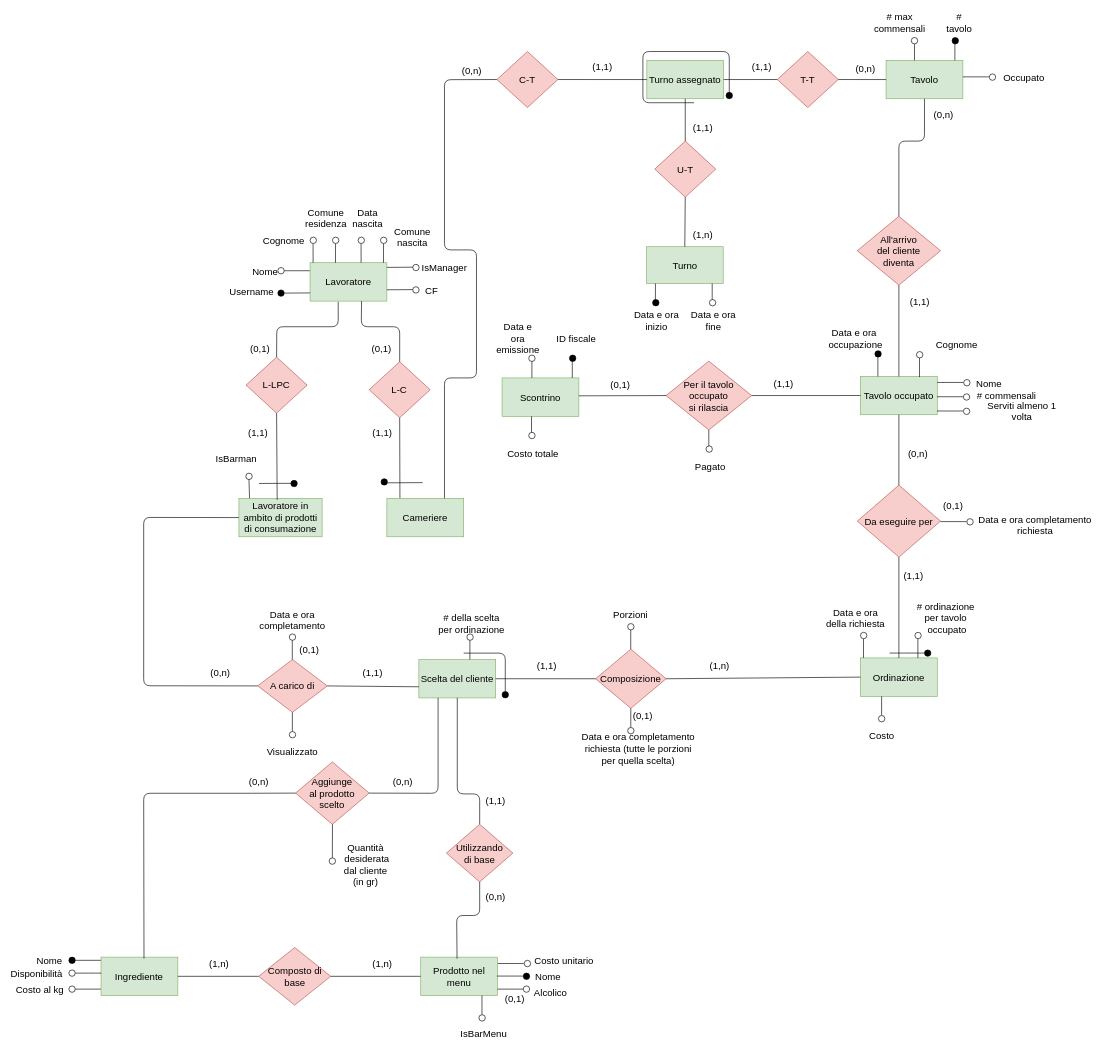
Earlier version of the draw.io diagram RERD/RERD_EditableDiagram.drawio (StefanoBelli/pizzeria). Source tidied: cells renumbered, new cells numbered last; positions are measured from the earlier drawing's top-left corner, leaving out a move shared by most shapes. Both pictures are drawn from the tidied source at 64%, with x=0, y=0 at pixel (11, 16).
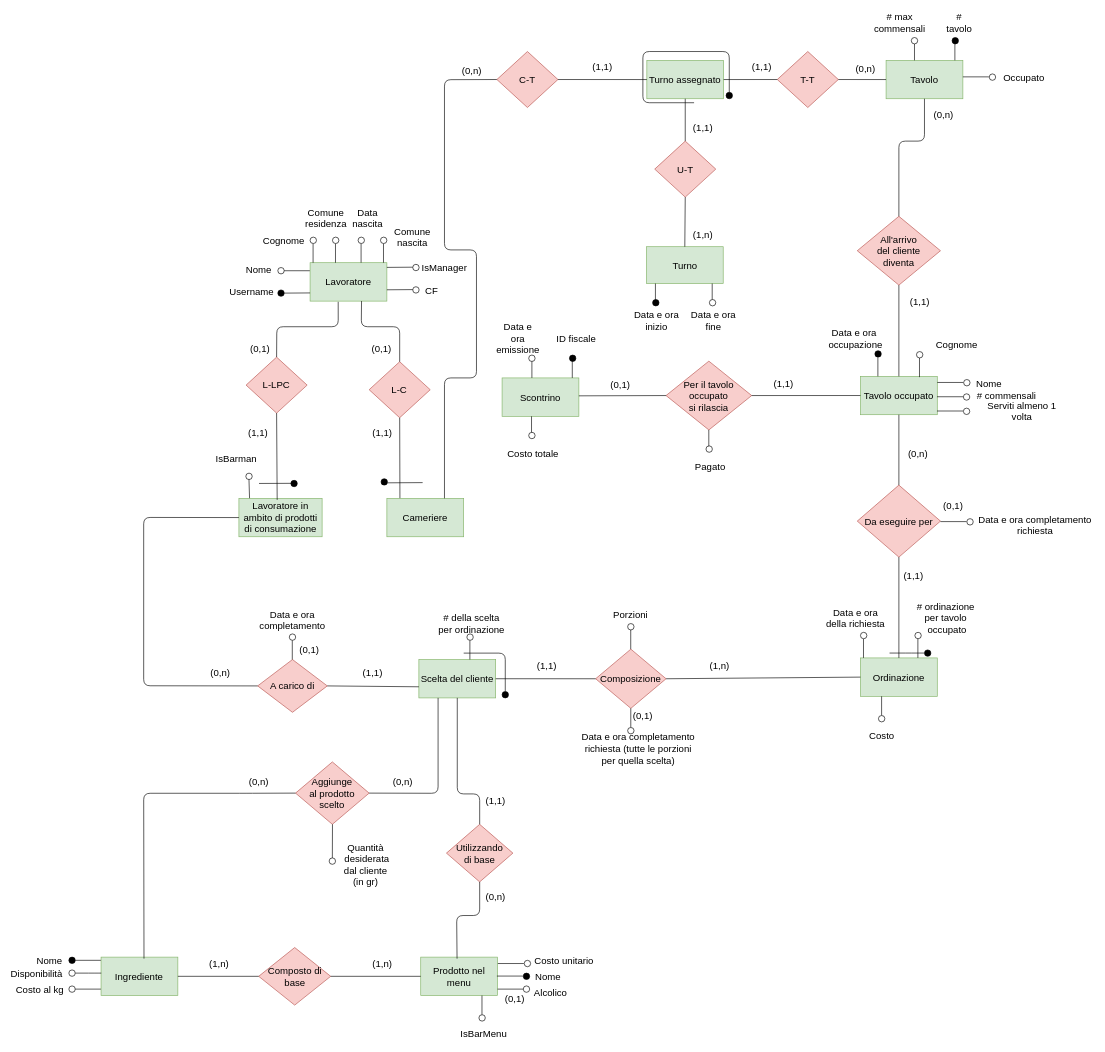
The same diagram, later.

What changed in the source:
```diff
@@
     <mxCell id="28" value="Nome" style="text;html=1;strokeColor=none;fillColor=none;align=center;verticalAlign=middle;whiteSpace=wrap;rounded=0;direction=east;fontSize=15;" parent="1" vertex="1">
-      <mxGeometry x="376.6" y="387.5" width="40" height="20" as="geometry" />
+      <mxGeometry x="367" y="385" width="40" height="20" as="geometry" />
     </mxCell>
@@
-    <mxCell id="102" style="endArrow=none;html=1;fillColor=#000000;fontSize=15;" parent="1" edge="1">
-      <mxGeometry relative="1" as="geometry">
-        <mxPoint x="439.3" y="1117.5" as="sourcePoint" />
-        <mxPoint x="439.3" y="1087.5" as="targetPoint" />
-      </mxGeometry>
-    </mxCell>
-    <mxCell id="103" style="ellipse;whiteSpace=wrap;html=1;fontSize=15;" parent="1" vertex="1">
-      <mxGeometry x="434.5" y="1117.5" width="10" height="10" as="geometry" />
-    </mxCell>
-    <mxCell id="104" value="Visualizzato" style="text;html=1;strokeColor=none;fillColor=none;align=center;verticalAlign=middle;whiteSpace=wrap;rounded=0;fontSize=15;" parent="1" vertex="1">
-      <mxGeometry x="398.2" y="1137.5" width="82.5" height="20" as="geometry" />
-    </mxCell>
```
